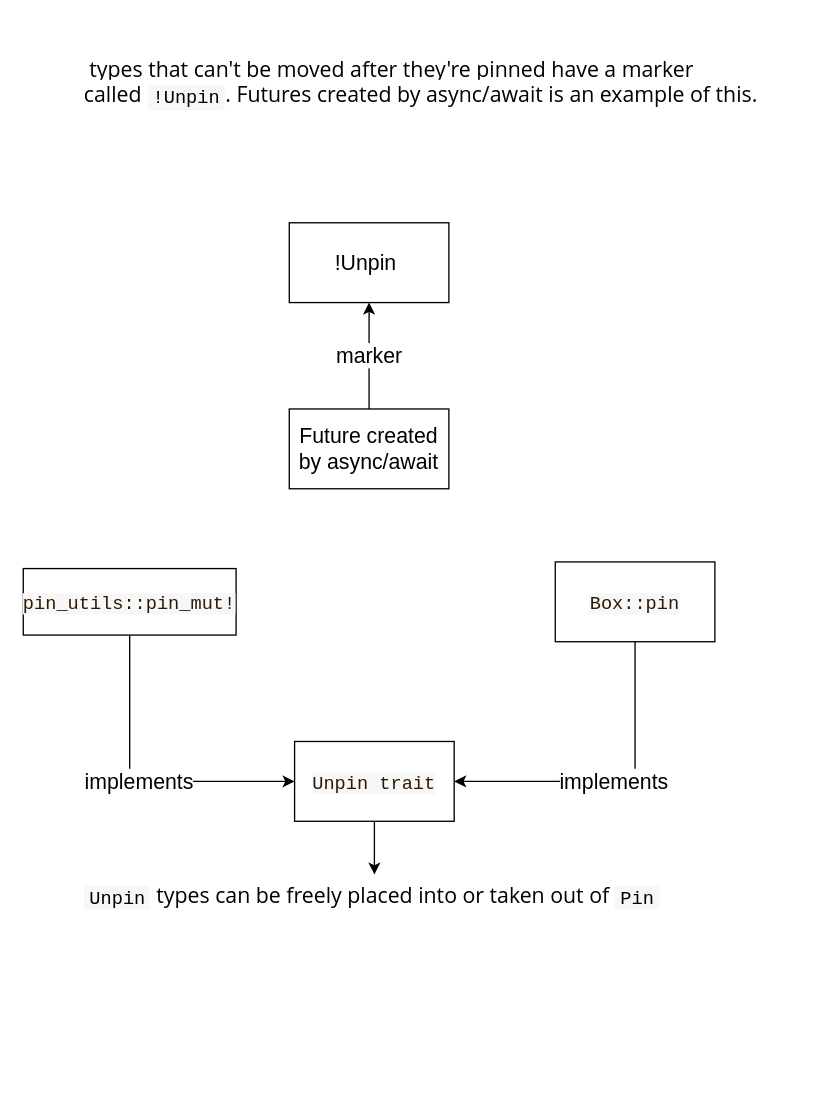
Before: page "Future" (8 of 8) of advanced.drawio in gftea/rust_lang_notes, a draw.io diagram. Source tidied: cells renumbered, new cells numbered last; positions are measured from the earlier drawing's top-left corner, leaving out a move shared by most shapes. Both pictures are drawn from the tidied source at 133%, with x=0, y=0 at pixel (23, 23).
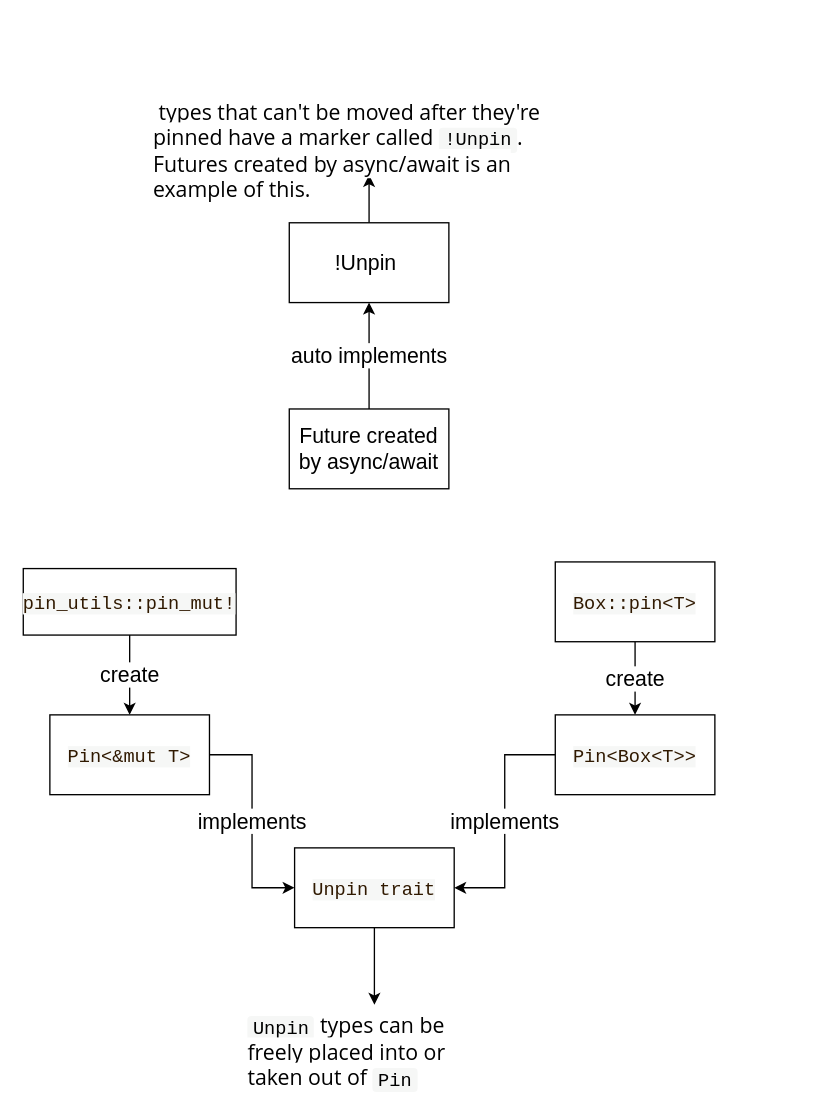
The same page after the edit.

What changed in the source:
```diff
@@
 <mxGraphModel>
   <root>
     <mxCell id="0" />
     <mxCell id="1" parent="0" />
-    <mxCell id="2" value="&lt;font style=&quot;font-size: 16px;&quot;&gt;marker&lt;/font&gt;" style="edgeStyle=orthogonalEdgeStyle;rounded=0;jettySize=auto;html=1;" parent="1" edge="1" source="3" target="4">
+    <mxCell id="2" value="&lt;font style=&quot;font-size: 16px;&quot;&gt;auto implements&lt;/font&gt;" style="edgeStyle=orthogonalEdgeStyle;rounded=0;jettySize=auto;html=1;" parent="1" edge="1" source="3" target="4">
       <mxGeometry relative="1" as="geometry" />
     </mxCell>
     <mxCell id="3" value="&lt;font style=&quot;font-size: 16px;&quot;&gt;Future created by async/await&lt;/font&gt;" style="rounded=0;whiteSpace=wrap;html=1;" parent="1" vertex="1">
       <mxGeometry x="200" y="290" width="120" height="60" as="geometry" />
     </mxCell>
+    <mxCell id="13" style="edgeStyle=orthogonalEdgeStyle;rounded=0;jettySize=auto;html=1;fontSize=16;" parent="1" edge="1" source="4" target="12">
+      <mxGeometry relative="1" as="geometry" />
+    </mxCell>
     <mxCell id="4" value="&lt;font style=&quot;font-size: 16px;&quot;&gt;!Unpin&amp;nbsp;&lt;/font&gt;" style="rounded=0;whiteSpace=wrap;html=1;" parent="1" vertex="1">
       <mxGeometry x="200" y="150" width="120" height="60" as="geometry" />
     </mxCell>
-    <mxCell id="5" value="implements" style="edgeStyle=orthogonalEdgeStyle;rounded=0;jettySize=auto;html=1;fontSize=16;entryX=1;entryY=0.5;entryDx=0;entryDy=0;exitX=0.5;exitY=1;exitDx=0;exitDy=0;" parent="1" edge="1" source="6" target="10">
-      <mxGeometry relative="1" as="geometry" />
-    </mxCell>
+    <mxCell id="14" value="create" style="edgeStyle=orthogonalEdgeStyle;rounded=0;jettySize=auto;html=1;entryX=0.5;entryY=0;entryDx=0;entryDy=0;fontSize=16;" parent="1" edge="1" source="6" target="19">
+      <mxGeometry relative="1" as="geometry" />
+    </mxCell>
-    <mxCell id="6" value="&lt;span style=&quot;color: rgb(48, 25, 0); font-family: &amp;quot;Source Code Pro&amp;quot;, Consolas, &amp;quot;Ubuntu Mono&amp;quot;, Menlo, &amp;quot;DejaVu Sans Mono&amp;quot;, monospace, monospace; font-size: 14px; text-align: start; background-color: rgb(246, 247, 246);&quot;&gt;Box::pin&lt;/span&gt;" style="rounded=0;whiteSpace=wrap;html=1;fontSize=16;" parent="1" vertex="1">
+    <mxCell id="6" value="&lt;span style=&quot;color: rgb(48, 25, 0); font-family: &amp;quot;Source Code Pro&amp;quot;, Consolas, &amp;quot;Ubuntu Mono&amp;quot;, Menlo, &amp;quot;DejaVu Sans Mono&amp;quot;, monospace, monospace; font-size: 14px; text-align: start; background-color: rgb(246, 247, 246);&quot;&gt;Box::pin&amp;lt;T&amp;gt;&lt;/span&gt;" style="rounded=0;whiteSpace=wrap;html=1;fontSize=16;" parent="1" vertex="1">
       <mxGeometry x="400" y="405" width="120" height="60" as="geometry" />
     </mxCell>
-    <mxCell id="7" value="implements" style="edgeStyle=orthogonalEdgeStyle;rounded=0;jettySize=auto;html=1;entryX=0;entryY=0.5;entryDx=0;entryDy=0;fontSize=16;exitX=0.5;exitY=1;exitDx=0;exitDy=0;" parent="1" edge="1" source="8" target="10">
-      <mxGeometry relative="1" as="geometry" />
-    </mxCell>
+    <mxCell id="15" value="create" style="edgeStyle=orthogonalEdgeStyle;rounded=0;jettySize=auto;html=1;fontSize=16;" parent="1" edge="1" source="8" target="17">
+      <mxGeometry relative="1" as="geometry" />
+    </mxCell>
     <mxCell id="8" value="&lt;span style=&quot;color: rgb(48, 25, 0); font-family: &amp;quot;Source Code Pro&amp;quot;, Consolas, &amp;quot;Ubuntu Mono&amp;quot;, Menlo, &amp;quot;DejaVu Sans Mono&amp;quot;, monospace, monospace; font-size: 14px; text-align: start; background-color: rgb(246, 247, 246);&quot;&gt;pin_utils::pin_mut!&lt;/span&gt;" style="rounded=0;whiteSpace=wrap;html=1;fontSize=16;" parent="1" vertex="1">
       <mxGeometry y="410" width="160" height="50" as="geometry" />
     </mxCell>
     <mxCell id="9" style="edgeStyle=orthogonalEdgeStyle;rounded=0;jettySize=auto;html=1;fontSize=16;" parent="1" edge="1" source="10" target="11">
       <mxGeometry relative="1" as="geometry" />
     </mxCell>
     <mxCell id="10" value="&lt;span style=&quot;color: rgb(48, 25, 0); font-family: &amp;quot;Source Code Pro&amp;quot;, Consolas, &amp;quot;Ubuntu Mono&amp;quot;, Menlo, &amp;quot;DejaVu Sans Mono&amp;quot;, monospace, monospace; font-size: 14px; text-align: start; background-color: rgb(246, 247, 246);&quot;&gt;Unpin trait&lt;/span&gt;" style="rounded=0;whiteSpace=wrap;html=1;fontSize=16;" parent="1" vertex="1">
-      <mxGeometry x="204" y="540" width="120" height="60" as="geometry" />
+      <mxGeometry x="204" y="620" width="120" height="60" as="geometry" />
     </mxCell>
     <mxCell id="11" value="&lt;code style=&quot;font-size: 0.875em; display: inline; overflow-x: initial; background: rgb(246, 247, 246); color: var(--inline-code-color); padding: 0.1em 0.3em; border-radius: 3px; font-style: normal; font-variant-ligatures: normal; font-variant-caps: normal; font-weight: 400; letter-spacing: normal; orphans: 2; text-align: start; text-indent: 0px; text-transform: none; widows: 2; word-spacing: 0px; -webkit-text-stroke-width: 0px; text-decoration-thickness: initial; text-decoration-style: initial; text-decoration-color: initial; font-family: &amp;quot;Source Code Pro&amp;quot;, Consolas, &amp;quot;Ubuntu Mono&amp;quot;, Menlo, &amp;quot;DejaVu Sans Mono&amp;quot;, monospace, monospace !important;&quot; class=&quot;hljs&quot;&gt;Unpin&lt;/code&gt;&lt;span style=&quot;color: rgb(0, 0, 0); font-family: &amp;quot;Open Sans&amp;quot;, sans-serif; font-size: 16px; font-style: normal; font-variant-ligatures: normal; font-variant-caps: normal; font-weight: 400; letter-spacing: normal; orphans: 2; text-align: start; text-indent: 0px; text-transform: none; widows: 2; word-spacing: 0px; -webkit-text-stroke-width: 0px; background-color: rgb(255, 255, 255); text-decoration-thickness: initial; text-decoration-style: initial; text-decoration-color: initial; float: none; display: inline !important;&quot;&gt;&lt;span&gt;&amp;nbsp;&lt;/span&gt;types can be freely placed into or taken out of&lt;span&gt;&amp;nbsp;&lt;/span&gt;&lt;/span&gt;&lt;code style=&quot;font-size: 0.875em; display: inline; overflow-x: initial; background: rgb(246, 247, 246); color: var(--inline-code-color); padding: 0.1em 0.3em; border-radius: 3px; font-style: normal; font-variant-ligatures: normal; font-variant-caps: normal; font-weight: 400; letter-spacing: normal; orphans: 2; text-align: start; text-indent: 0px; text-transform: none; widows: 2; word-spacing: 0px; -webkit-text-stroke-width: 0px; text-decoration-thickness: initial; text-decoration-style: initial; text-decoration-color: initial; font-family: &amp;quot;Source Code Pro&amp;quot;, Consolas, &amp;quot;Ubuntu Mono&amp;quot;, Menlo, &amp;quot;DejaVu Sans Mono&amp;quot;, monospace, monospace !important;&quot; class=&quot;hljs&quot;&gt;Pin&lt;/code&gt;" style="text;whiteSpace=wrap;html=1;fontSize=16;" parent="1" vertex="1">
-      <mxGeometry x="44" y="640" width="440" height="40" as="geometry" />
+      <mxGeometry x="167" y="738" width="194" height="68" as="geometry" />
     </mxCell>
-    <mxCell id="12" value="&#10;&lt;span style=&quot;color: rgb(0, 0, 0); font-family: &amp;quot;Open Sans&amp;quot;, sans-serif; font-size: 16px; font-style: normal; font-variant-ligatures: normal; font-variant-caps: normal; font-weight: 400; letter-spacing: normal; orphans: 2; text-align: start; text-indent: 0px; text-transform: none; widows: 2; word-spacing: 0px; -webkit-text-stroke-width: 0px; background-color: rgb(255, 255, 255); text-decoration-thickness: initial; text-decoration-style: initial; text-decoration-color: initial; float: none; display: inline !important;&quot;&gt;&lt;span&gt;&amp;nbsp;&lt;/span&gt;types that can't be moved after they're pinned have a marker called&lt;span&gt;&amp;nbsp;&lt;/span&gt;&lt;/span&gt;&lt;code style=&quot;font-size: 0.875em; display: inline; overflow-x: initial; background: rgb(246, 247, 246); color: var(--inline-code-color); padding: 0.1em 0.3em; border-radius: 3px; font-style: normal; font-variant-ligatures: normal; font-variant-caps: normal; font-weight: 400; letter-spacing: normal; orphans: 2; text-align: start; text-indent: 0px; text-transform: none; widows: 2; word-spacing: 0px; -webkit-text-stroke-width: 0px; text-decoration-thickness: initial; text-decoration-style: initial; text-decoration-color: initial; font-family: &amp;quot;Source Code Pro&amp;quot;, Consolas, &amp;quot;Ubuntu Mono&amp;quot;, Menlo, &amp;quot;DejaVu Sans Mono&amp;quot;, monospace, monospace !important;&quot; class=&quot;hljs&quot;&gt;!Unpin&lt;/code&gt;&lt;span style=&quot;color: rgb(0, 0, 0); font-family: &amp;quot;Open Sans&amp;quot;, sans-serif; font-size: 16px; font-style: normal; font-variant-ligatures: normal; font-variant-caps: normal; font-weight: 400; letter-spacing: normal; orphans: 2; text-align: start; text-indent: 0px; text-transform: none; widows: 2; word-spacing: 0px; -webkit-text-stroke-width: 0px; background-color: rgb(255, 255, 255); text-decoration-thickness: initial; text-decoration-style: initial; text-decoration-color: initial; float: none; display: inline !important;&quot;&gt;. Futures created by async/await is an example of this.&lt;/span&gt;&#10;&#10;" style="text;whiteSpace=wrap;html=1;fontSize=16;" parent="1" vertex="1">
-      <mxGeometry x="44" width="550" height="50" as="geometry" />
+    <mxCell id="12" value="&lt;span style=&quot;color: rgb(0, 0, 0); font-family: &amp;quot;Open Sans&amp;quot;, sans-serif; font-size: 16px; font-style: normal; font-variant-ligatures: normal; font-variant-caps: normal; font-weight: 400; letter-spacing: normal; orphans: 2; text-align: start; text-indent: 0px; text-transform: none; widows: 2; word-spacing: 0px; -webkit-text-stroke-width: 0px; background-color: rgb(255, 255, 255); text-decoration-thickness: initial; text-decoration-style: initial; text-decoration-color: initial; float: none; display: inline !important;&quot;&gt;&lt;span&gt;&amp;nbsp;&lt;/span&gt;types that can't be moved after they're pinned have a marker called&lt;span&gt;&amp;nbsp;&lt;/span&gt;&lt;/span&gt;&lt;code style=&quot;font-size: 0.875em; display: inline; overflow-x: initial; background: rgb(246, 247, 246); color: var(--inline-code-color); padding: 0.1em 0.3em; border-radius: 3px; font-style: normal; font-variant-ligatures: normal; font-variant-caps: normal; font-weight: 400; letter-spacing: normal; orphans: 2; text-align: start; text-indent: 0px; text-transform: none; widows: 2; word-spacing: 0px; -webkit-text-stroke-width: 0px; text-decoration-thickness: initial; text-decoration-style: initial; text-decoration-color: initial; font-family: &amp;quot;Source Code Pro&amp;quot;, Consolas, &amp;quot;Ubuntu Mono&amp;quot;, Menlo, &amp;quot;DejaVu Sans Mono&amp;quot;, monospace, monospace !important;&quot; class=&quot;hljs&quot;&gt;!Unpin&lt;/code&gt;&lt;span style=&quot;color: rgb(0, 0, 0); font-family: &amp;quot;Open Sans&amp;quot;, sans-serif; font-size: 16px; font-style: normal; font-variant-ligatures: normal; font-variant-caps: normal; font-weight: 400; letter-spacing: normal; orphans: 2; text-align: start; text-indent: 0px; text-transform: none; widows: 2; word-spacing: 0px; -webkit-text-stroke-width: 0px; background-color: rgb(255, 255, 255); text-decoration-thickness: initial; text-decoration-style: initial; text-decoration-color: initial; float: none; display: inline !important;&quot;&gt;. Futures created by async/await is an example of this.&lt;/span&gt;&lt;br&gt;" style="text;whiteSpace=wrap;html=1;fontSize=16;" parent="1" vertex="1">
+      <mxGeometry x="95.5" y="51" width="329" height="63" as="geometry" />
     </mxCell>
+    <mxCell id="16" value="implements" style="edgeStyle=orthogonalEdgeStyle;rounded=0;jettySize=auto;html=1;fontSize=16;entryX=0;entryY=0.5;entryDx=0;entryDy=0;" parent="1" edge="1" source="17" target="10">
+      <mxGeometry relative="1" as="geometry" />
+    </mxCell>
+    <mxCell id="17" value="&lt;span style=&quot;color: rgb(48, 25, 0); font-family: &amp;quot;Source Code Pro&amp;quot;, Consolas, &amp;quot;Ubuntu Mono&amp;quot;, Menlo, &amp;quot;DejaVu Sans Mono&amp;quot;, monospace, monospace; font-size: 14px; text-align: start; background-color: rgb(246, 247, 246);&quot;&gt;Pin&amp;lt;&amp;amp;mut T&amp;gt;&lt;/span&gt;" style="rounded=0;whiteSpace=wrap;html=1;fontSize=16;" parent="1" vertex="1">
+      <mxGeometry x="20" y="520" width="120" height="60" as="geometry" />
+    </mxCell>
+    <mxCell id="18" value="implements" style="edgeStyle=orthogonalEdgeStyle;rounded=0;jettySize=auto;html=1;fontSize=16;entryX=1;entryY=0.5;entryDx=0;entryDy=0;" parent="1" edge="1" source="19" target="10">
+      <mxGeometry relative="1" as="geometry" />
+    </mxCell>
+    <mxCell id="19" value="&lt;span style=&quot;color: rgb(48, 25, 0); font-family: &amp;quot;Source Code Pro&amp;quot;, Consolas, &amp;quot;Ubuntu Mono&amp;quot;, Menlo, &amp;quot;DejaVu Sans Mono&amp;quot;, monospace, monospace; font-size: 14px; text-align: start; background-color: rgb(246, 247, 246);&quot;&gt;Pin&amp;lt;Box&amp;lt;T&amp;gt;&amp;gt;&lt;/span&gt;" style="rounded=0;whiteSpace=wrap;html=1;fontSize=16;" parent="1" vertex="1">
+      <mxGeometry x="400" y="520" width="120" height="60" as="geometry" />
+    </mxCell>
   </root>
 </mxGraphModel>
```
